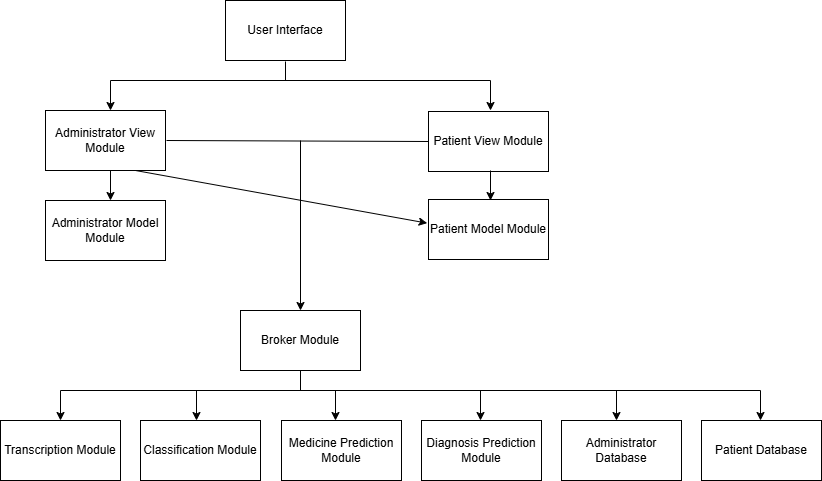
Above: docs/Design/SoftArchitecture/user-hierarchy.png in PKALXI/RapidCare (draw.io), before the change. Source tidied: cells renumbered, new cells last; positions are measured from the earlier drawing's top-left corner, leaving out a move shared by most shapes.
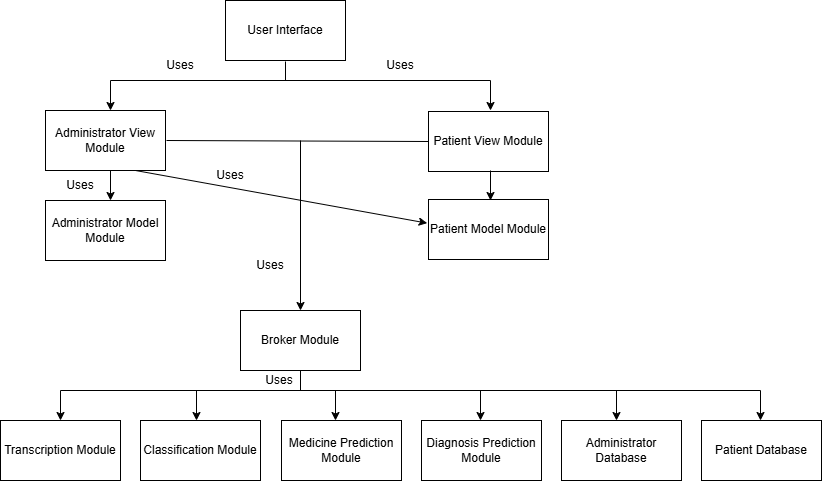
After the commit.

Diff of the diagram source:
```diff
@@ -135,5 +135,23 @@
         <mxPoint x="760" y="420" as="targetPoint" />
       </mxGeometry>
     </mxCell>
+    <mxCell id="31" value="Uses" style="text;html=1;align=center;verticalAlign=middle;whiteSpace=wrap;rounded=0;" parent="1" vertex="1">
+      <mxGeometry x="150" y="50" width="60" height="30" as="geometry" />
+    </mxCell>
+    <mxCell id="32" value="Uses" style="text;html=1;align=center;verticalAlign=middle;whiteSpace=wrap;rounded=0;" parent="1" vertex="1">
+      <mxGeometry x="370" y="50" width="60" height="30" as="geometry" />
+    </mxCell>
+    <mxCell id="33" value="Uses" style="text;html=1;align=center;verticalAlign=middle;whiteSpace=wrap;rounded=0;" parent="1" vertex="1">
+      <mxGeometry x="200" y="160" width="60" height="30" as="geometry" />
+    </mxCell>
+    <mxCell id="34" value="Uses" style="text;html=1;align=center;verticalAlign=middle;whiteSpace=wrap;rounded=0;" parent="1" vertex="1">
+      <mxGeometry x="50" y="170" width="60" height="30" as="geometry" />
+    </mxCell>
+    <mxCell id="35" value="Uses" style="text;html=1;align=center;verticalAlign=middle;whiteSpace=wrap;rounded=0;" parent="1" vertex="1">
+      <mxGeometry x="240" y="250" width="60" height="30" as="geometry" />
+    </mxCell>
+    <mxCell id="36" value="Uses" style="text;html=1;align=center;verticalAlign=middle;whiteSpace=wrap;rounded=0;" parent="1" vertex="1">
+      <mxGeometry x="249" y="365" width="60" height="30" as="geometry" />
+    </mxCell>
   </root>
 </mxGraphModel>
```
